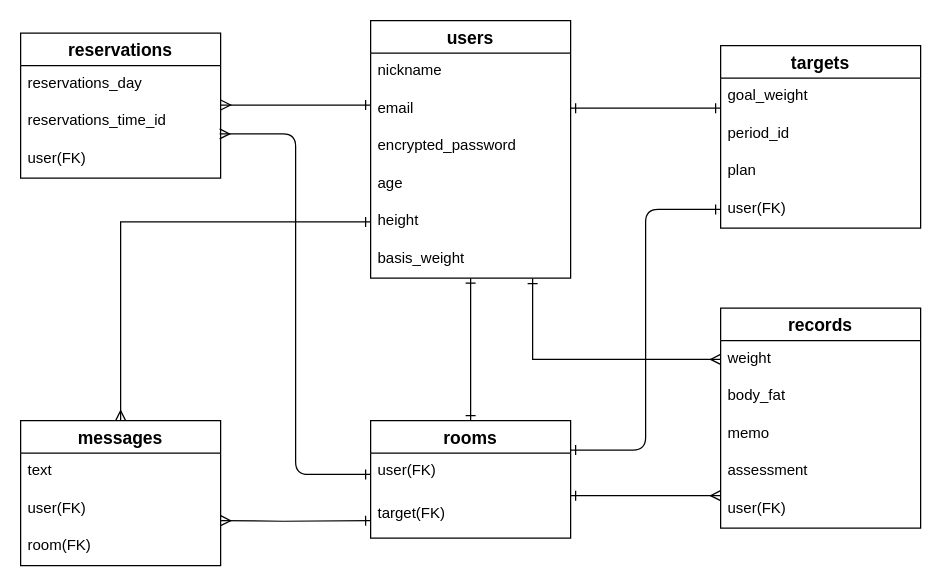
This is supporter_app.dio from yu9n03/supporter_app, a draw.io file, before an edit. Source tidied: cells renumbered, new cells numbered last; positions are measured from the earlier drawing's top-left corner, leaving out a move shared by most shapes. Both pictures are drawn from the tidied source at 125%, with x=0, y=0 at pixel (20, 20).
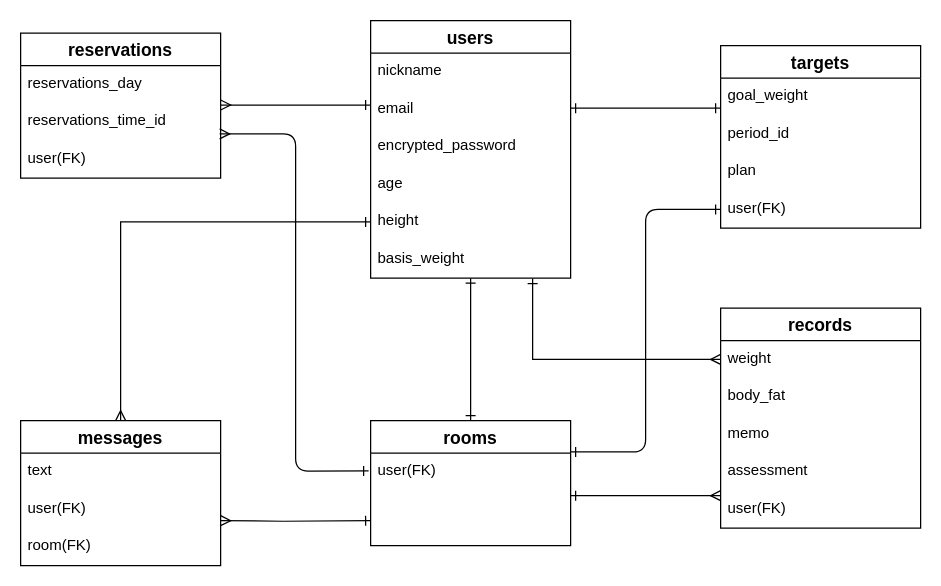
The same page after the edit.

Commit message (it also covers changes not shown here):
ER図とREADMEの修正（カラムの削除）

Unchanged cells that the change refers to:
```xml
<mxCell id="27" value="reservations_time_id" style="text;strokeColor=none;fillColor=none;spacingLeft=4;spacingRight=4;overflow=hidden;points=[[0,0.5],[1,0.5]];portConstraint=eastwest;fontSize=12;" parent="25" vertex="1">
  <mxGeometry y="56" width="160" height="30" as="geometry" />
</mxCell>
```

Change to the diagram source:
```diff
@@
     <mxCell id="34" value="rooms" style="swimlane;fontStyle=1;horizontal=1;startSize=26;align=center;fontSize=14;" parent="1" vertex="1">
-      <mxGeometry x="280" y="320" width="160" height="94" as="geometry" />
+      <mxGeometry x="280" y="320" width="160" height="100" as="geometry" />
     </mxCell>
     <mxCell id="35" value="user(FK)" style="text;strokeColor=none;fillColor=none;spacingLeft=4;spacingRight=4;overflow=hidden;points=[[0,0.5],[1,0.5]];portConstraint=eastwest;fontSize=12;" parent="34" vertex="1">
-      <mxGeometry y="26" width="160" height="34" as="geometry" />
+      <mxGeometry y="26" width="160" height="74" as="geometry" />
     </mxCell>
-    <mxCell id="36" value="target(FK)" style="text;strokeColor=none;fillColor=none;spacingLeft=4;spacingRight=4;overflow=hidden;fontSize=12;" parent="34" vertex="1">
-      <mxGeometry y="60" width="160" height="34" as="geometry" />
-    </mxCell>
@@
-    <mxCell id="39" style="edgeStyle=orthogonalEdgeStyle;rounded=1;jettySize=auto;html=1;exitX=0;exitY=0.5;exitDx=0;exitDy=0;startArrow=ERone;startFill=0;endArrow=ERmany;endFill=0;entryX=0.995;entryY=0.82;entryDx=0;entryDy=0;entryPerimeter=0;" parent="1" edge="1" source="35" target="27">
+    <mxCell id="39" style="edgeStyle=orthogonalEdgeStyle;rounded=1;jettySize=auto;html=1;exitX=-0.01;exitY=0.193;exitDx=0;exitDy=0;startArrow=ERone;startFill=0;endArrow=ERmany;endFill=0;entryX=0.995;entryY=0.82;entryDx=0;entryDy=0;entryPerimeter=0;exitPerimeter=0;" parent="1" edge="1" source="35" target="27">
       <mxGeometry relative="1" as="geometry" />
     </mxCell>
```
